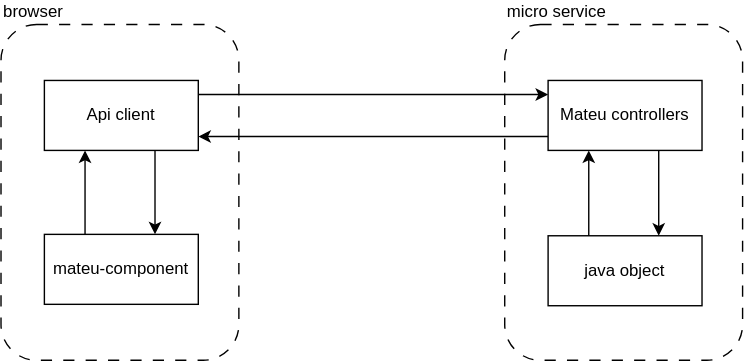
This is doc/static/images/arch-overall-4.svg from miguelperezcolom/mateu, a draw.io export, as it was before one commit. Source tidied: cells renumbered, new cells last; positions are measured from the earlier drawing's top-left corner, leaving out a move shared by most shapes. The source it was exported from:
```xml
<mxGraphModel>
  <root>
    <mxCell id="0" />
    <mxCell id="1" parent="0" />
    <mxCell id="2" value="browser" style="rounded=1;whiteSpace=wrap;html=1;labelPosition=center;verticalLabelPosition=top;align=left;verticalAlign=bottom;fillColor=none;dashed=1;dashPattern=8 8;" parent="1" vertex="1">
      <mxGeometry width="170" height="240" as="geometry" />
    </mxCell>
    <mxCell id="3" value="micro service" style="rounded=1;whiteSpace=wrap;html=1;labelPosition=center;verticalLabelPosition=top;align=left;verticalAlign=bottom;fillColor=none;dashed=1;dashPattern=8 8;" parent="1" vertex="1">
      <mxGeometry x="360" width="170" height="240" as="geometry" />
    </mxCell>
    <mxCell id="4" style="edgeStyle=orthogonalEdgeStyle;rounded=0;jettySize=auto;html=1;" parent="1" edge="1" source="6" target="10">
      <mxGeometry relative="1" as="geometry">
        <Array as="points">
          <mxPoint x="60" y="120" />
          <mxPoint x="60" y="120" />
        </Array>
      </mxGeometry>
    </mxCell>
    <mxCell id="5" style="edgeStyle=orthogonalEdgeStyle;rounded=0;jettySize=auto;html=1;endArrow=none;startFill=1;startArrow=classic;" parent="1" edge="1" source="6" target="10">
      <mxGeometry relative="1" as="geometry">
        <Array as="points">
          <mxPoint x="110" y="110" />
          <mxPoint x="110" y="110" />
        </Array>
      </mxGeometry>
    </mxCell>
    <mxCell id="6" value="mateu-component" style="html=1;whiteSpace=wrap;" parent="1" vertex="1">
      <mxGeometry x="31" y="150" width="110" height="50" as="geometry" />
    </mxCell>
    <mxCell id="7" style="edgeStyle=orthogonalEdgeStyle;rounded=0;jettySize=auto;html=1;endArrow=none;startFill=1;startArrow=classic;" parent="1" edge="1" source="8" target="13">
      <mxGeometry relative="1" as="geometry">
        <Array as="points">
          <mxPoint x="470" y="130" />
          <mxPoint x="470" y="130" />
        </Array>
      </mxGeometry>
    </mxCell>
    <mxCell id="8" value="java object" style="html=1;whiteSpace=wrap;" parent="1" vertex="1">
      <mxGeometry x="391" y="151" width="110" height="50" as="geometry" />
    </mxCell>
    <mxCell id="9" style="edgeStyle=orthogonalEdgeStyle;rounded=0;jettySize=auto;html=1;" parent="1" edge="1" source="10" target="13">
      <mxGeometry relative="1" as="geometry">
        <Array as="points">
          <mxPoint x="360" y="50" />
          <mxPoint x="360" y="50" />
        </Array>
      </mxGeometry>
    </mxCell>
    <mxCell id="10" value="Api client" style="html=1;whiteSpace=wrap;" parent="1" vertex="1">
      <mxGeometry x="31" y="40" width="110" height="50" as="geometry" />
    </mxCell>
    <mxCell id="11" style="edgeStyle=orthogonalEdgeStyle;rounded=0;jettySize=auto;html=1;startArrow=classic;startFill=1;endArrow=none;" parent="1" edge="1" source="13" target="8">
      <mxGeometry relative="1" as="geometry">
        <Array as="points">
          <mxPoint x="420" y="120" />
          <mxPoint x="420" y="120" />
        </Array>
      </mxGeometry>
    </mxCell>
    <mxCell id="12" style="edgeStyle=orthogonalEdgeStyle;rounded=0;jettySize=auto;html=1;" parent="1" edge="1" source="13" target="10">
      <mxGeometry relative="1" as="geometry">
        <Array as="points">
          <mxPoint x="360" y="80" />
          <mxPoint x="360" y="80" />
        </Array>
      </mxGeometry>
    </mxCell>
    <mxCell id="13" value="Mateu controllers" style="html=1;whiteSpace=wrap;" parent="1" vertex="1">
      <mxGeometry x="391" y="40" width="110" height="50" as="geometry" />
    </mxCell>
  </root>
</mxGraphModel>
```
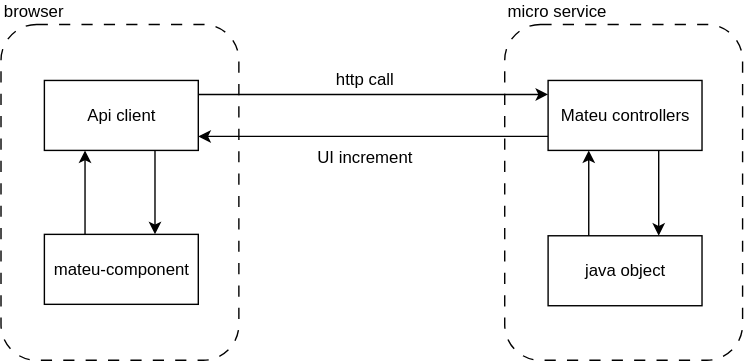
After the commit.

The edit, as a diff of the source:
```diff
@@ -68,5 +68,11 @@
     <mxCell id="13" value="Mateu controllers" style="html=1;whiteSpace=wrap;" parent="1" vertex="1">
       <mxGeometry x="391" y="40" width="110" height="50" as="geometry" />
     </mxCell>
+    <mxCell id="14" value="http call" style="text;html=1;align=center;verticalAlign=middle;whiteSpace=wrap;rounded=0;" parent="1" vertex="1">
+      <mxGeometry x="230" y="24" width="60" height="30" as="geometry" />
+    </mxCell>
+    <mxCell id="15" value="UI increment" style="text;html=1;align=center;verticalAlign=middle;whiteSpace=wrap;rounded=0;" parent="1" vertex="1">
+      <mxGeometry x="220" y="80" width="80" height="30" as="geometry" />
+    </mxCell>
   </root>
 </mxGraphModel>
```
